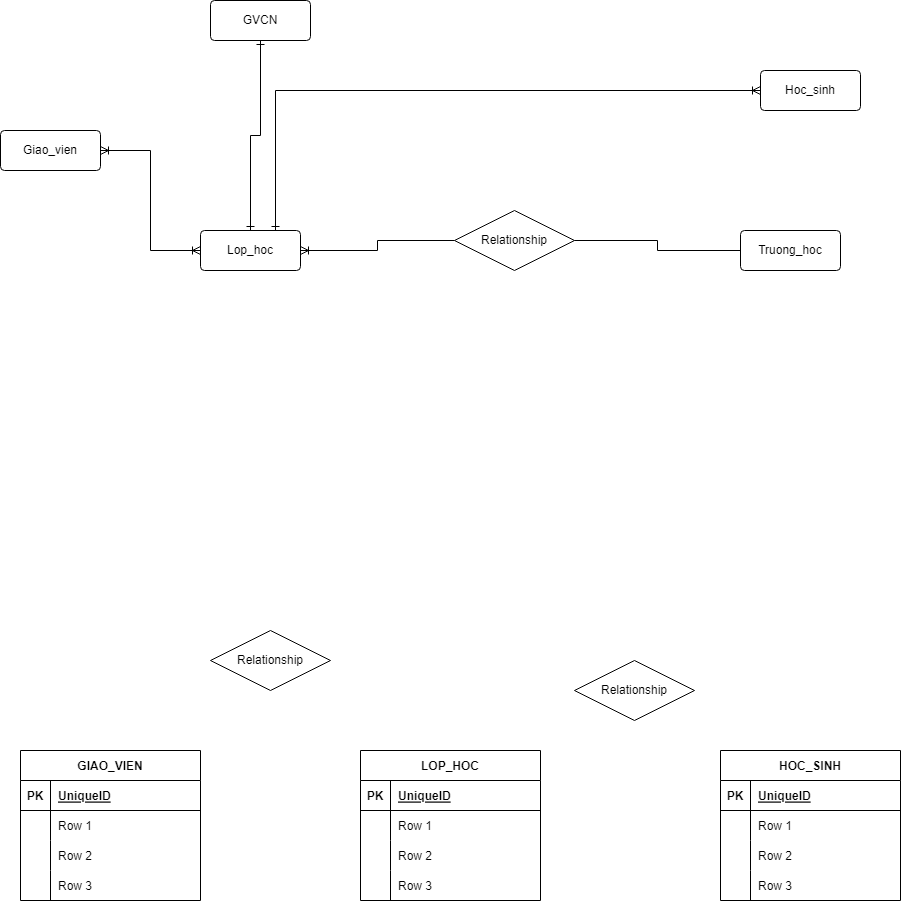
The draw.io diagram Biểu đồ không có tiêu đề.drawio.png in Meoleodeo/erd-sth, before a commit. Source tidied: cells renumbered, new cells last; positions are measured from the earlier drawing's top-left corner, leaving out a move shared by most shapes.
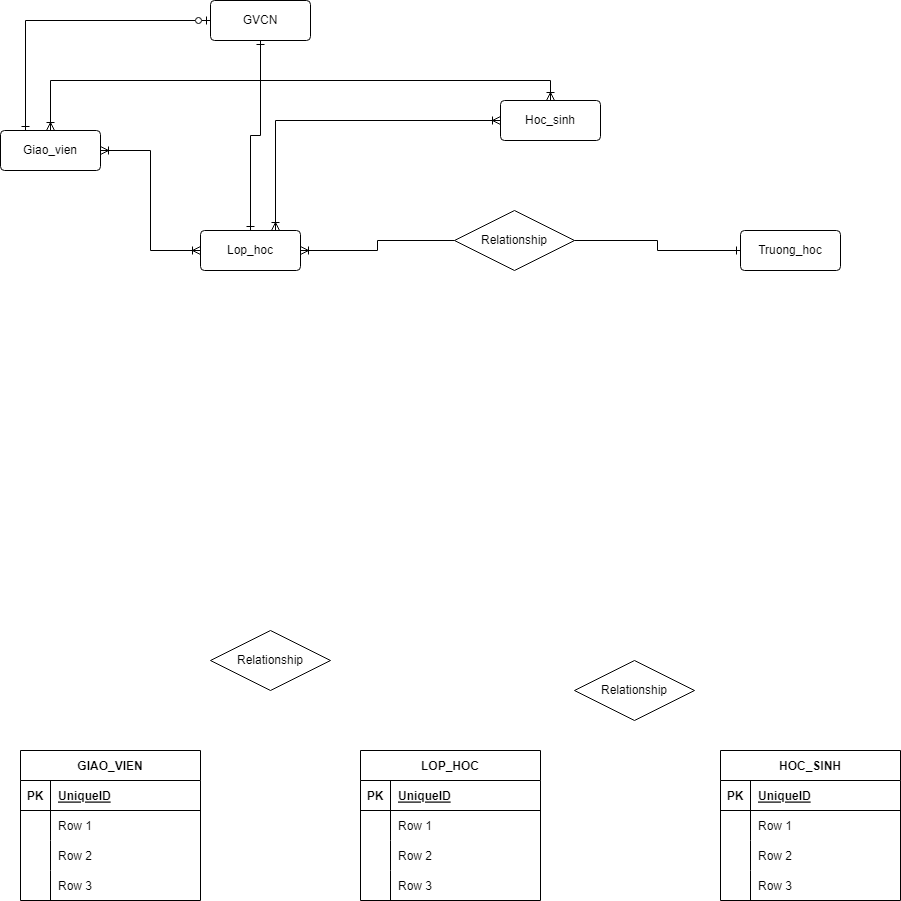
The same diagram one commit later.

Commit message:
Cập nhật Biểu đồ không có tiêu đề.drawio.png

What changed in the source:
```diff
@@ -128,10 +128,13 @@
     <mxCell id="43" style="edgeStyle=orthogonalEdgeStyle;rounded=0;jettySize=auto;html=1;exitX=1;exitY=0.5;exitDx=0;exitDy=0;entryX=0;entryY=0.5;entryDx=0;entryDy=0;startArrow=ERoneToMany;startFill=0;endArrow=ERoneToMany;endFill=0;" parent="1" edge="1" source="44" target="50">
       <mxGeometry relative="1" as="geometry" />
     </mxCell>
+    <mxCell id="54" style="edgeStyle=orthogonalEdgeStyle;rounded=0;jettySize=auto;html=1;exitX=0.25;exitY=0;exitDx=0;exitDy=0;entryX=0;entryY=0.5;entryDx=0;entryDy=0;startArrow=ERone;startFill=0;endArrow=ERzeroToOne;endFill=0;" parent="1" edge="1" source="44" target="53">
+      <mxGeometry relative="1" as="geometry" />
+    </mxCell>
     <mxCell id="44" value="Giao_vien" style="rounded=1;arcSize=10;whiteSpace=wrap;html=1;align=center;" parent="1" vertex="1">
       <mxGeometry y="130" width="100" height="40" as="geometry" />
     </mxCell>
-    <mxCell id="45" style="edgeStyle=orthogonalEdgeStyle;rounded=0;jettySize=auto;html=1;exitX=1;exitY=0.5;exitDx=0;exitDy=0;endArrow=none;endFill=0;" parent="1" edge="1" source="47" target="51">
+    <mxCell id="45" style="edgeStyle=orthogonalEdgeStyle;rounded=0;jettySize=auto;html=1;exitX=1;exitY=0.5;exitDx=0;exitDy=0;endArrow=ERone;endFill=0;" parent="1" edge="1" source="47" target="51">
       <mxGeometry relative="1" as="geometry" />
     </mxCell>
     <mxCell id="46" style="edgeStyle=orthogonalEdgeStyle;rounded=0;jettySize=auto;html=1;exitX=0;exitY=0.5;exitDx=0;exitDy=0;entryX=1;entryY=0.5;entryDx=0;entryDy=0;endArrow=ERoneToMany;endFill=0;startArrow=none;startFill=0;" parent="1" edge="1" source="47" target="50">
@@ -140,10 +143,13 @@
     <mxCell id="47" value="Relationship" style="shape=rhombus;perimeter=rhombusPerimeter;whiteSpace=wrap;html=1;align=center;" parent="1" vertex="1">
       <mxGeometry x="454" y="210" width="120" height="60" as="geometry" />
     </mxCell>
+    <mxCell id="55" style="edgeStyle=orthogonalEdgeStyle;rounded=0;jettySize=auto;html=1;exitX=0.5;exitY=0;exitDx=0;exitDy=0;entryX=0.5;entryY=0;entryDx=0;entryDy=0;startArrow=ERoneToMany;startFill=0;endArrow=ERoneToMany;endFill=0;" parent="1" edge="1" source="48" target="44">
+      <mxGeometry relative="1" as="geometry" />
+    </mxCell>
     <mxCell id="48" value="Hoc_sinh" style="rounded=1;arcSize=10;whiteSpace=wrap;html=1;align=center;" parent="1" vertex="1">
-      <mxGeometry x="760" y="70" width="100" height="40" as="geometry" />
+      <mxGeometry x="500" y="100" width="100" height="40" as="geometry" />
     </mxCell>
-    <mxCell id="49" style="edgeStyle=orthogonalEdgeStyle;rounded=0;jettySize=auto;html=1;exitX=0.75;exitY=0;exitDx=0;exitDy=0;entryX=0;entryY=0.5;entryDx=0;entryDy=0;startArrow=ERone;startFill=0;endArrow=ERoneToMany;endFill=0;" parent="1" edge="1" source="50" target="48">
+    <mxCell id="49" style="edgeStyle=orthogonalEdgeStyle;rounded=0;jettySize=auto;html=1;exitX=0.75;exitY=0;exitDx=0;exitDy=0;entryX=0;entryY=0.5;entryDx=0;entryDy=0;startArrow=ERoneToMany;startFill=0;endArrow=ERoneToMany;endFill=0;" parent="1" edge="1" source="50" target="48">
       <mxGeometry relative="1" as="geometry" />
     </mxCell>
     <mxCell id="50" value="Lop_hoc" style="rounded=1;arcSize=10;whiteSpace=wrap;html=1;align=center;" parent="1" vertex="1">
```
